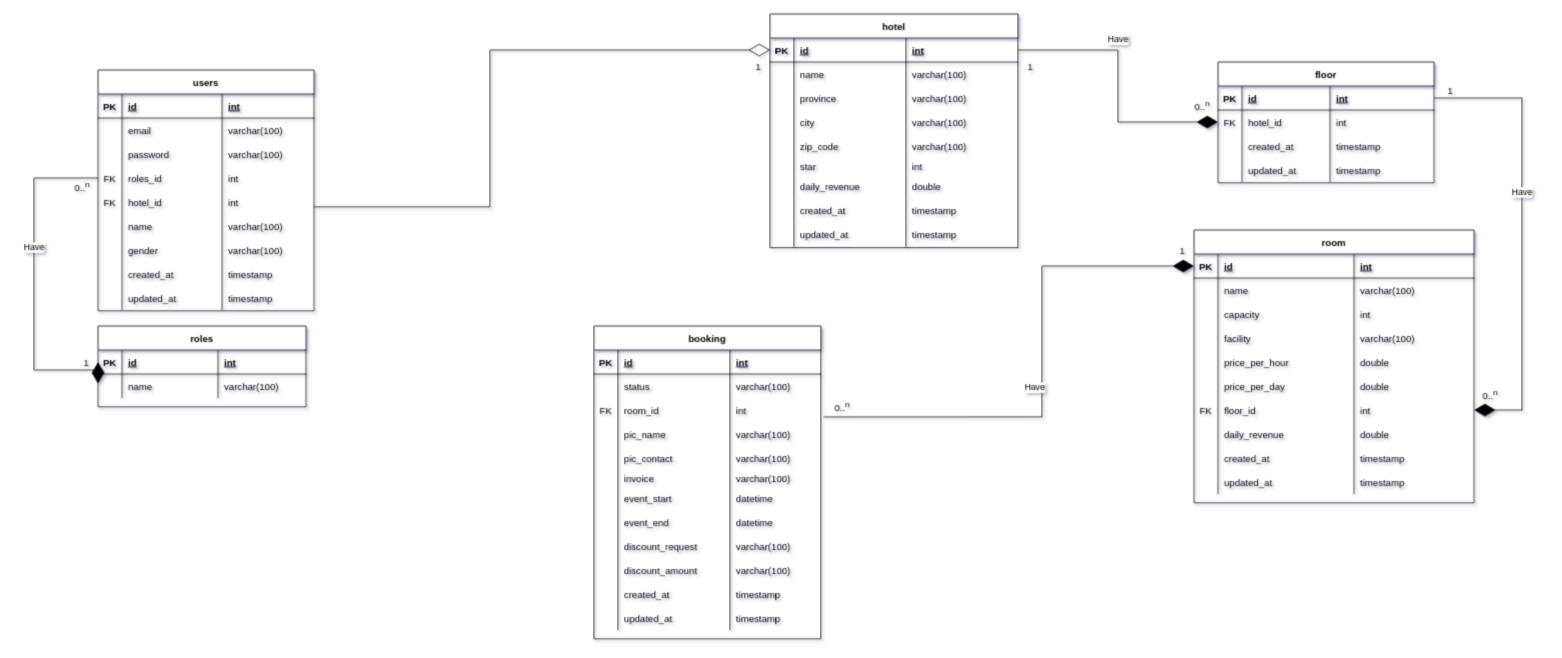
This is page "NEW ERD Master" (4 of 5) of entity_relationship_diagram/Booking_hotel.drawio from ariejanuarb/hotel_booking, a draw.io file, before an edit. Source tidied: cells renumbered, new cells numbered last; positions are measured from the earlier drawing's top-left corner, leaving out a move shared by most shapes. Both pictures are drawn from the tidied source at 80%, with x=0, y=0 at pixel (34, 14).
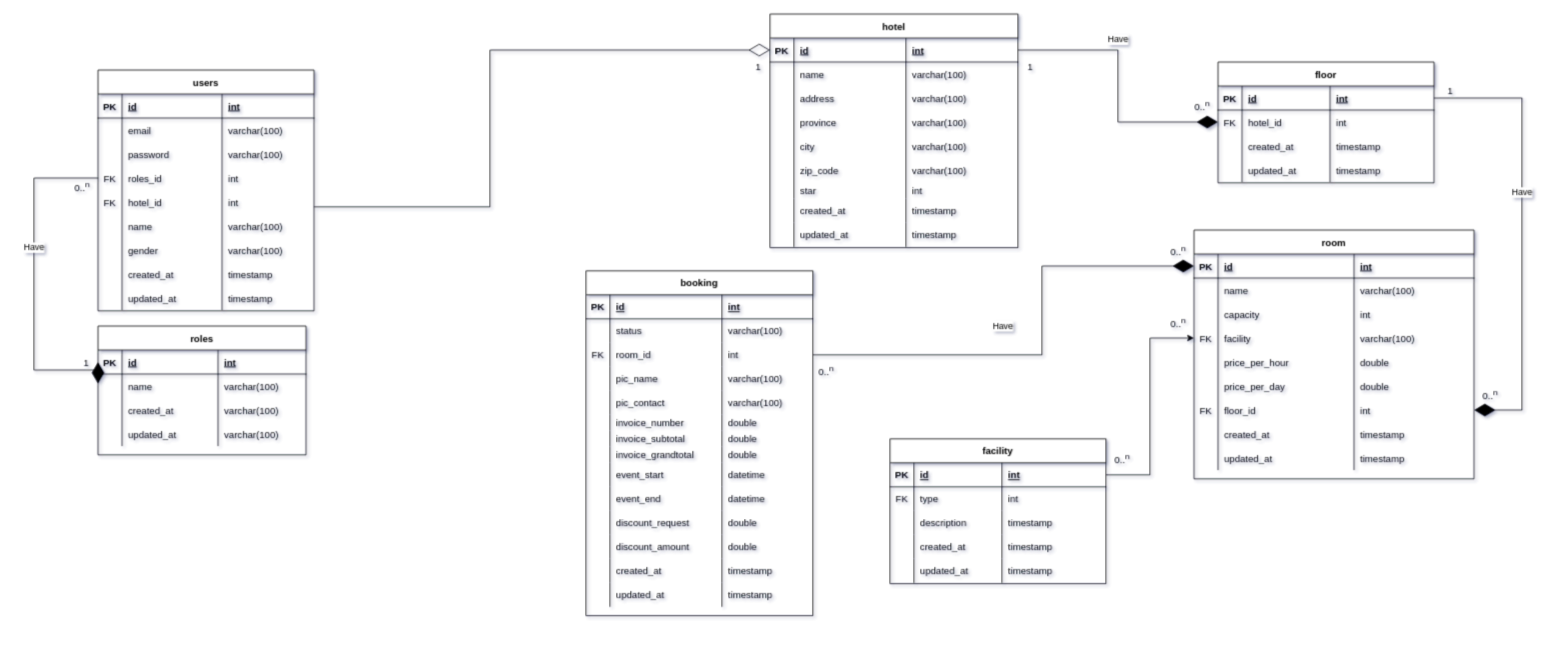
The same page after the edit.

Unchanged cells that the change refers to:
```xml
<mxCell id="66" style="shape=partialRectangle;fillColor=none;points=[[0,0.5],[1,0.5]];portConstraint=eastwest;top=0;left=0;right=0;bottom=1;" parent="65" vertex="1">
  <mxGeometry y="30" width="350" height="30" as="geometry" />
</mxCell>
<mxCell id="78" style="shape=partialRectangle;fillColor=none;points=[[0,0.5],[1,0.5]];portConstraint=eastwest;top=0;left=0;right=0;bottom=0;" parent="65" vertex="1">
  <mxGeometry y="120" width="350" height="30" as="geometry" />
</mxCell>
<mxCell id="106" value="hotel" style="shape=table;startSize=30;childLayout=tableLayout;rowLines=0;fontStyle=1;align=center;" parent="1" vertex="1">
  <mxGeometry x="920" width="310" height="292" as="geometry" />
</mxCell>
<mxCell id="165" style="shape=partialRectangle;fillColor=none;points=[[0,0.5],[1,0.5]];portConstraint=eastwest;top=0;left=0;right=0;bottom=0;" parent="156" vertex="1">
  <mxGeometry y="90" width="283.6" height="30" as="geometry" />
</mxCell>
```

Diff of the diagram source:
```diff
@@
     <mxCell id="2" value="roles" style="shape=table;startSize=30;childLayout=tableLayout;rowLines=0;fontStyle=1;align=center;" parent="1" vertex="1">
-      <mxGeometry x="80" y="390" width="260" height="101" as="geometry" />
+      <mxGeometry x="80" y="390" width="260" height="161" as="geometry" />
     </mxCell>
@@
+    <mxCell id="212" style="shape=partialRectangle;fillColor=none;top=0;left=0;right=0;bottom=0;" parent="2" vertex="1">
+      <mxGeometry y="90" width="260" height="30" as="geometry" />
+    </mxCell>
+    <mxCell id="213" style="shape=partialRectangle;overflow=hidden;fillColor=none;top=0;left=0;bottom=0;right=0;" parent="212" vertex="1">
+      <mxGeometry width="30" height="30" as="geometry" />
+    </mxCell>
+    <mxCell id="214" value="created_at" style="shape=partialRectangle;overflow=hidden;fillColor=none;top=0;left=0;bottom=0;right=0;align=left;spacingLeft=6;" parent="212" vertex="1">
+      <mxGeometry x="30" width="120" height="30" as="geometry" />
+    </mxCell>
+    <mxCell id="215" value="varchar(100)" style="shape=partialRectangle;overflow=hidden;fillColor=none;top=0;left=0;bottom=0;right=0;align=left;spacingLeft=6;" parent="212" vertex="1">
+      <mxGeometry x="150" width="110" height="30" as="geometry" />
+    </mxCell>
+    <mxCell id="216" style="shape=partialRectangle;fillColor=none;top=0;left=0;right=0;bottom=0;" parent="2" vertex="1">
+      <mxGeometry y="120" width="260" height="30" as="geometry" />
+    </mxCell>
+    <mxCell id="217" style="shape=partialRectangle;overflow=hidden;fillColor=none;top=0;left=0;bottom=0;right=0;" parent="216" vertex="1">
+      <mxGeometry width="30" height="30" as="geometry" />
+    </mxCell>
+    <mxCell id="218" value="updated_at" style="shape=partialRectangle;overflow=hidden;fillColor=none;top=0;left=0;bottom=0;right=0;align=left;spacingLeft=6;" parent="216" vertex="1">
+      <mxGeometry x="30" width="120" height="30" as="geometry" />
+    </mxCell>
+    <mxCell id="219" value="varchar(100)" style="shape=partialRectangle;overflow=hidden;fillColor=none;top=0;left=0;bottom=0;right=0;align=left;spacingLeft=6;" parent="216" vertex="1">
+      <mxGeometry x="150" width="110" height="30" as="geometry" />
+    </mxCell>
@@
     <mxCell id="65" value="room" style="shape=table;startSize=30;childLayout=tableLayout;rowLines=0;fontStyle=1;align=center;" parent="1" vertex="1">
-      <mxGeometry x="1450" y="270" width="350" height="341" as="geometry" />
+      <mxGeometry x="1450" y="270" width="350" height="311" as="geometry" />
     </mxCell>
@@
-    <mxCell id="79" style="shape=partialRectangle;overflow=hidden;fillColor=none;top=0;left=0;bottom=0;right=0;" parent="78" vertex="1">
+    <mxCell id="79" value="FK" style="shape=partialRectangle;overflow=hidden;fillColor=none;top=0;left=0;bottom=0;right=0;" parent="78" vertex="1">
       <mxGeometry width="30" height="30" as="geometry" />
     </mxCell>
@@
-    <mxCell id="94" style="shape=partialRectangle;fillColor=none;top=0;left=0;right=0;bottom=0;" parent="65" vertex="1">
-      <mxGeometry y="240" width="350" height="30" as="geometry" />
-    </mxCell>
-    <mxCell id="95" style="shape=partialRectangle;overflow=hidden;fillColor=none;top=0;left=0;bottom=0;right=0;" parent="94" vertex="1">
-      <mxGeometry width="30" height="30" as="geometry" />
-    </mxCell>
-    <mxCell id="96" value="daily_revenue" style="shape=partialRectangle;overflow=hidden;fillColor=none;top=0;left=0;bottom=0;right=0;align=left;spacingLeft=6;" parent="94" vertex="1">
-      <mxGeometry x="30" width="170" height="30" as="geometry" />
-    </mxCell>
-    <mxCell id="97" value="double" style="shape=partialRectangle;overflow=hidden;fillColor=none;top=0;left=0;bottom=0;right=0;align=left;spacingLeft=6;" parent="94" vertex="1">
-      <mxGeometry x="200" width="150" height="30" as="geometry" />
-    </mxCell>
     <mxCell id="98" style="shape=partialRectangle;fillColor=none;top=0;left=0;right=0;bottom=0;" parent="65" vertex="1">
-      <mxGeometry y="270" width="350" height="30" as="geometry" />
+      <mxGeometry y="240" width="350" height="30" as="geometry" />
     </mxCell>
@@
     <mxCell id="102" style="shape=partialRectangle;fillColor=none;top=0;left=0;right=0;bottom=0;" parent="65" vertex="1">
-      <mxGeometry y="300" width="350" height="30" as="geometry" />
+      <mxGeometry y="270" width="350" height="30" as="geometry" />
     </mxCell>
@@
+    <mxCell id="220" style="shape=partialRectangle;fillColor=none;top=0;left=0;right=0;bottom=0;" parent="106" vertex="1">
+      <mxGeometry y="90" width="310" height="30" as="geometry" />
+    </mxCell>
+    <mxCell id="221" style="shape=partialRectangle;overflow=hidden;fillColor=none;top=0;left=0;bottom=0;right=0;" parent="220" vertex="1">
+      <mxGeometry width="30" height="30" as="geometry" />
+    </mxCell>
+    <mxCell id="222" value="address" style="shape=partialRectangle;overflow=hidden;fillColor=none;top=0;left=0;bottom=0;right=0;align=left;spacingLeft=6;" parent="220" vertex="1">
+      <mxGeometry x="30" width="140" height="30" as="geometry" />
+    </mxCell>
+    <mxCell id="223" value="varchar(100)" style="shape=partialRectangle;overflow=hidden;fillColor=none;top=0;left=0;bottom=0;right=0;align=left;spacingLeft=6;" parent="220" vertex="1">
+      <mxGeometry x="170" width="140" height="30" as="geometry" />
+    </mxCell>
     <mxCell id="115" style="shape=partialRectangle;fillColor=none;top=0;left=0;right=0;bottom=0;" parent="106" vertex="1">
-      <mxGeometry y="90" width="310" height="30" as="geometry" />
+      <mxGeometry y="120" width="310" height="30" as="geometry" />
     </mxCell>
@@
     <mxCell id="119" style="shape=partialRectangle;fillColor=none;top=0;left=0;right=0;bottom=0;" parent="106" vertex="1">
-      <mxGeometry y="120" width="310" height="30" as="geometry" />
+      <mxGeometry y="150" width="310" height="30" as="geometry" />
     </mxCell>
@@
     <mxCell id="123" style="shape=partialRectangle;fillColor=none;top=0;left=0;right=0;bottom=0;" parent="106" vertex="1">
-      <mxGeometry y="150" width="310" height="30" as="geometry" />
+      <mxGeometry y="180" width="310" height="30" as="geometry" />
     </mxCell>
@@
     <mxCell id="127" style="shape=partialRectangle;fillColor=none;top=0;left=0;right=0;bottom=0;" parent="106" vertex="1">
-      <mxGeometry y="180" width="310" height="21" as="geometry" />
+      <mxGeometry y="210" width="310" height="21" as="geometry" />
     </mxCell>
@@
-    <mxCell id="131" style="shape=partialRectangle;fillColor=none;top=0;left=0;right=0;bottom=0;" parent="106" vertex="1">
-      <mxGeometry y="201" width="310" height="30" as="geometry" />
-    </mxCell>
-    <mxCell id="132" style="shape=partialRectangle;overflow=hidden;fillColor=none;top=0;left=0;bottom=0;right=0;" parent="131" vertex="1">
-      <mxGeometry width="30" height="30" as="geometry" />
-    </mxCell>
-    <mxCell id="133" value="daily_revenue" style="shape=partialRectangle;overflow=hidden;fillColor=none;top=0;left=0;bottom=0;right=0;align=left;spacingLeft=6;" parent="131" vertex="1">
-      <mxGeometry x="30" width="140" height="30" as="geometry" />
-    </mxCell>
-    <mxCell id="134" value="double" style="shape=partialRectangle;overflow=hidden;fillColor=none;top=0;left=0;bottom=0;right=0;align=left;spacingLeft=6;" parent="131" vertex="1">
-      <mxGeometry x="170" width="140" height="30" as="geometry" />
-    </mxCell>
@@
-    <mxCell id="154" style="endArrow=diamondThin;endFill=1;endSize=24;html=1;rounded=0;edgeStyle=orthogonalEdgeStyle;entryX=0;entryY=0.5;entryDx=0;entryDy=0;exitX=1.012;exitY=0.788;exitDx=0;exitDy=0;exitPerimeter=0;" parent="1" edge="1" source="165" target="66">
+    <mxCell id="154" style="endArrow=diamondThin;endFill=1;endSize=24;html=1;rounded=0;edgeStyle=orthogonalEdgeStyle;entryX=0;entryY=0.5;entryDx=0;entryDy=0;exitX=1;exitY=0.5;exitDx=0;exitDy=0;" parent="1" edge="1" source="165" target="66">
       <mxGeometry relative="1" as="geometry">
         <Array as="points">
-          <mxPoint x="1260" y="504" />
+          <mxPoint x="1260" y="426" />
           <mxPoint x="1260" y="315" />
         </Array>
       </mxGeometry>
     </mxCell>
@@
     <mxCell id="156" value="booking" style="shape=table;startSize=30;childLayout=tableLayout;rowLines=0;fontStyle=1;align=center;" parent="1" vertex="1">
-      <mxGeometry x="700" y="390" width="283.6" height="391" as="geometry" />
+      <mxGeometry x="690" y="321" width="283.6" height="431" as="geometry" />
     </mxCell>
@@
+    <mxCell id="224" style="shape=partialRectangle;fillColor=none;top=0;left=0;right=0;bottom=0;" parent="156" vertex="1">
+      <mxGeometry y="180" width="283.6" height="20" as="geometry" />
+    </mxCell>
+    <mxCell id="225" style="shape=partialRectangle;overflow=hidden;fillColor=none;top=0;left=0;bottom=0;right=0;" parent="224" vertex="1">
+      <mxGeometry width="30" height="20" as="geometry" />
+    </mxCell>
+    <mxCell id="226" value="invoice_number" style="shape=partialRectangle;overflow=hidden;fillColor=none;top=0;left=0;bottom=0;right=0;align=left;spacingLeft=6;" parent="224" vertex="1">
+      <mxGeometry x="30" width="140" height="20" as="geometry" />
+    </mxCell>
+    <mxCell id="227" value="double" style="shape=partialRectangle;overflow=hidden;fillColor=none;top=0;left=0;bottom=0;right=0;align=left;spacingLeft=6;" parent="224" vertex="1">
+      <mxGeometry x="170" width="113.6" height="20" as="geometry" />
+    </mxCell>
     <mxCell id="177" style="shape=partialRectangle;fillColor=none;top=0;left=0;right=0;bottom=0;" parent="156" vertex="1">
-      <mxGeometry y="180" width="283.6" height="20" as="geometry" />
+      <mxGeometry y="200" width="283.6" height="20" as="geometry" />
     </mxCell>
@@
-    <mxCell id="179" value="invoice" style="shape=partialRectangle;overflow=hidden;fillColor=none;top=0;left=0;bottom=0;right=0;align=left;spacingLeft=6;" parent="177" vertex="1">
+    <mxCell id="179" value="invoice_subtotal" style="shape=partialRectangle;overflow=hidden;fillColor=none;top=0;left=0;bottom=0;right=0;align=left;spacingLeft=6;" parent="177" vertex="1">
       <mxGeometry x="30" width="140" height="20" as="geometry" />
     </mxCell>
-    <mxCell id="180" value="varchar(100)" style="shape=partialRectangle;overflow=hidden;fillColor=none;top=0;left=0;bottom=0;right=0;align=left;spacingLeft=6;" parent="177" vertex="1">
+    <mxCell id="180" value="double" style="shape=partialRectangle;overflow=hidden;fillColor=none;top=0;left=0;bottom=0;right=0;align=left;spacingLeft=6;" parent="177" vertex="1">
       <mxGeometry x="170" width="113.6" height="20" as="geometry" />
     </mxCell>
+    <mxCell id="228" style="shape=partialRectangle;fillColor=none;top=0;left=0;right=0;bottom=0;" parent="156" vertex="1">
+      <mxGeometry y="220" width="283.6" height="20" as="geometry" />
+    </mxCell>
+    <mxCell id="229" style="shape=partialRectangle;overflow=hidden;fillColor=none;top=0;left=0;bottom=0;right=0;" parent="228" vertex="1">
+      <mxGeometry width="30" height="20" as="geometry" />
+    </mxCell>
+    <mxCell id="230" value="invoice_grandtotal" style="shape=partialRectangle;overflow=hidden;fillColor=none;top=0;left=0;bottom=0;right=0;align=left;spacingLeft=6;" parent="228" vertex="1">
+      <mxGeometry x="30" width="140" height="20" as="geometry" />
+    </mxCell>
+    <mxCell id="231" value="double" style="shape=partialRectangle;overflow=hidden;fillColor=none;top=0;left=0;bottom=0;right=0;align=left;spacingLeft=6;" parent="228" vertex="1">
+      <mxGeometry x="170" width="113.6" height="20" as="geometry" />
+    </mxCell>
     <mxCell id="181" style="shape=partialRectangle;fillColor=none;top=0;left=0;right=0;bottom=0;" parent="156" vertex="1">
-      <mxGeometry y="200" width="283.6" height="30" as="geometry" />
+      <mxGeometry y="240" width="283.6" height="30" as="geometry" />
     </mxCell>
@@
     <mxCell id="185" style="shape=partialRectangle;fillColor=none;top=0;left=0;right=0;bottom=0;" parent="156" vertex="1">
-      <mxGeometry y="230" width="283.6" height="30" as="geometry" />
+      <mxGeometry y="270" width="283.6" height="30" as="geometry" />
     </mxCell>
@@
     <mxCell id="189" style="shape=partialRectangle;fillColor=none;top=0;left=0;right=0;bottom=0;" parent="156" vertex="1">
-      <mxGeometry y="260" width="283.6" height="30" as="geometry" />
+      <mxGeometry y="300" width="283.6" height="30" as="geometry" />
     </mxCell>
@@
-    <mxCell id="192" value="varchar(100)" style="shape=partialRectangle;overflow=hidden;fillColor=none;top=0;left=0;bottom=0;right=0;align=left;spacingLeft=6;" parent="189" vertex="1">
+    <mxCell id="192" value="double" style="shape=partialRectangle;overflow=hidden;fillColor=none;top=0;left=0;bottom=0;right=0;align=left;spacingLeft=6;" parent="189" vertex="1">
       <mxGeometry x="170" width="113.6" height="30" as="geometry" />
     </mxCell>
     <mxCell id="193" style="shape=partialRectangle;fillColor=none;top=0;left=0;right=0;bottom=0;" parent="156" vertex="1">
-      <mxGeometry y="290" width="283.6" height="30" as="geometry" />
+      <mxGeometry y="330" width="283.6" height="30" as="geometry" />
     </mxCell>
@@
-    <mxCell id="196" value="varchar(100)" style="shape=partialRectangle;overflow=hidden;fillColor=none;top=0;left=0;bottom=0;right=0;align=left;spacingLeft=6;" parent="193" vertex="1">
+    <mxCell id="196" value="double" style="shape=partialRectangle;overflow=hidden;fillColor=none;top=0;left=0;bottom=0;right=0;align=left;spacingLeft=6;" parent="193" vertex="1">
       <mxGeometry x="170" width="113.6" height="30" as="geometry" />
     </mxCell>
     <mxCell id="197" style="shape=partialRectangle;fillColor=none;top=0;left=0;right=0;bottom=0;" parent="156" vertex="1">
-      <mxGeometry y="320" width="283.6" height="30" as="geometry" />
+      <mxGeometry y="360" width="283.6" height="30" as="geometry" />
     </mxCell>
@@
     <mxCell id="201" style="shape=partialRectangle;fillColor=none;top=0;left=0;right=0;bottom=0;" parent="156" vertex="1">
-      <mxGeometry y="350" width="283.6" height="30" as="geometry" />
+      <mxGeometry y="390" width="283.6" height="30" as="geometry" />
     </mxCell>
@@
-    <mxCell id="210" value="1" style="text;html=1;align=center;verticalAlign=middle;strokeColor=none;fillColor=none;" parent="1" vertex="1">
-      <mxGeometry x="1420" y="281" width="30" height="30" as="geometry" />
-    </mxCell>
     <mxCell id="211" value="0..&lt;sup&gt;n&lt;/sup&gt;" style="text;html=1;align=center;verticalAlign=middle;strokeColor=none;fillColor=none;" parent="1" vertex="1">
-      <mxGeometry x="990" y="476" width="40" height="30" as="geometry" />
+      <mxGeometry x="970" y="431" width="40" height="30" as="geometry" />
     </mxCell>
+    <mxCell id="232" value="facility" style="shape=table;startSize=30;childLayout=tableLayout;rowLines=0;fontStyle=1;align=center;" parent="1" vertex="1">
+      <mxGeometry x="1070" y="531" width="270" height="181" as="geometry" />
+    </mxCell>
+    <mxCell id="233" style="shape=partialRectangle;fillColor=none;points=[[0,0.5],[1,0.5]];portConstraint=eastwest;top=0;left=0;right=0;bottom=1;" parent="232" vertex="1">
+      <mxGeometry y="30" width="270" height="30" as="geometry" />
+    </mxCell>
+    <mxCell id="234" value="PK" style="shape=partialRectangle;overflow=hidden;fillColor=none;top=0;left=0;bottom=0;right=0;fontStyle=1;" parent="233" vertex="1">
+      <mxGeometry width="30" height="30" as="geometry" />
+    </mxCell>
+    <mxCell id="235" value="id" style="shape=partialRectangle;overflow=hidden;fillColor=none;top=0;left=0;bottom=0;right=0;align=left;spacingLeft=6;fontStyle=5;" parent="233" vertex="1">
+      <mxGeometry x="30" width="110" height="30" as="geometry" />
+    </mxCell>
+    <mxCell id="236" value="int" style="shape=partialRectangle;overflow=hidden;fillColor=none;top=0;left=0;bottom=0;right=0;align=left;spacingLeft=6;fontStyle=5;" parent="233" vertex="1">
+      <mxGeometry x="140" width="130" height="30" as="geometry" />
+    </mxCell>
+    <mxCell id="237" style="shape=partialRectangle;fillColor=none;top=0;left=0;right=0;bottom=0;" parent="232" vertex="1">
+      <mxGeometry y="60" width="270" height="30" as="geometry" />
+    </mxCell>
+    <mxCell id="238" value="FK" style="shape=partialRectangle;overflow=hidden;fillColor=none;top=0;left=0;bottom=0;right=0;" parent="237" vertex="1">
+      <mxGeometry width="30" height="30" as="geometry" />
+    </mxCell>
+    <mxCell id="239" value="type" style="shape=partialRectangle;overflow=hidden;fillColor=none;top=0;left=0;bottom=0;right=0;align=left;spacingLeft=6;" parent="237" vertex="1">
+      <mxGeometry x="30" width="110" height="30" as="geometry" />
+    </mxCell>
+    <mxCell id="240" value="int" style="shape=partialRectangle;overflow=hidden;fillColor=none;top=0;left=0;bottom=0;right=0;align=left;spacingLeft=6;" parent="237" vertex="1">
+      <mxGeometry x="140" width="130" height="30" as="geometry" />
+    </mxCell>
+    <mxCell id="241" style="shape=partialRectangle;fillColor=none;top=0;left=0;right=0;bottom=0;" parent="232" vertex="1">
+      <mxGeometry y="90" width="270" height="30" as="geometry" />
+    </mxCell>
+    <mxCell id="242" style="shape=partialRectangle;overflow=hidden;fillColor=none;top=0;left=0;bottom=0;right=0;" parent="241" vertex="1">
+      <mxGeometry width="30" height="30" as="geometry" />
+    </mxCell>
+    <mxCell id="243" value="description" style="shape=partialRectangle;overflow=hidden;fillColor=none;top=0;left=0;bottom=0;right=0;align=left;spacingLeft=6;" parent="241" vertex="1">
+      <mxGeometry x="30" width="110" height="30" as="geometry" />
+    </mxCell>
+    <mxCell id="244" value="timestamp" style="shape=partialRectangle;overflow=hidden;fillColor=none;top=0;left=0;bottom=0;right=0;align=left;spacingLeft=6;" parent="241" vertex="1">
+      <mxGeometry x="140" width="130" height="30" as="geometry" />
+    </mxCell>
+    <mxCell id="245" style="shape=partialRectangle;fillColor=none;top=0;left=0;right=0;bottom=0;" parent="232" vertex="1">
+      <mxGeometry y="120" width="270" height="30" as="geometry" />
+    </mxCell>
+    <mxCell id="246" style="shape=partialRectangle;overflow=hidden;fillColor=none;top=0;left=0;bottom=0;right=0;" parent="245" vertex="1">
+      <mxGeometry width="30" height="30" as="geometry" />
+    </mxCell>
+    <mxCell id="247" value="created_at" style="shape=partialRectangle;overflow=hidden;fillColor=none;top=0;left=0;bottom=0;right=0;align=left;spacingLeft=6;" parent="245" vertex="1">
+      <mxGeometry x="30" width="110" height="30" as="geometry" />
+    </mxCell>
+    <mxCell id="248" value="timestamp" style="shape=partialRectangle;overflow=hidden;fillColor=none;top=0;left=0;bottom=0;right=0;align=left;spacingLeft=6;" parent="245" vertex="1">
+      <mxGeometry x="140" width="130" height="30" as="geometry" />
+    </mxCell>
+    <mxCell id="249" style="shape=partialRectangle;fillColor=none;top=0;left=0;right=0;bottom=0;" parent="232" vertex="1">
+      <mxGeometry y="150" width="270" height="30" as="geometry" />
+    </mxCell>
+    <mxCell id="250" style="shape=partialRectangle;overflow=hidden;fillColor=none;top=0;left=0;bottom=0;right=0;" parent="249" vertex="1">
+      <mxGeometry width="30" height="30" as="geometry" />
+    </mxCell>
+    <mxCell id="251" value="updated_at" style="shape=partialRectangle;overflow=hidden;fillColor=none;top=0;left=0;bottom=0;right=0;align=left;spacingLeft=6;" parent="249" vertex="1">
+      <mxGeometry x="30" width="110" height="30" as="geometry" />
+    </mxCell>
+    <mxCell id="252" value="timestamp" style="shape=partialRectangle;overflow=hidden;fillColor=none;top=0;left=0;bottom=0;right=0;align=left;spacingLeft=6;" parent="249" vertex="1">
+      <mxGeometry x="140" width="130" height="30" as="geometry" />
+    </mxCell>
+    <mxCell id="253" style="edgeStyle=orthogonalEdgeStyle;rounded=0;jettySize=auto;html=1;exitX=1;exitY=0.5;exitDx=0;exitDy=0;entryX=0;entryY=0.5;entryDx=0;entryDy=0;" parent="1" edge="1" source="233" target="78">
+      <mxGeometry relative="1" as="geometry" />
+    </mxCell>
+    <mxCell id="254" value="0..&lt;sup&gt;n&lt;/sup&gt;" style="text;html=1;align=center;verticalAlign=middle;strokeColor=none;fillColor=none;" parent="1" vertex="1">
+      <mxGeometry x="1340" y="541" width="40" height="30" as="geometry" />
+    </mxCell>
+    <mxCell id="255" value="0..&lt;sup&gt;n&lt;/sup&gt;" style="text;html=1;align=center;verticalAlign=middle;strokeColor=none;fillColor=none;" parent="1" vertex="1">
+      <mxGeometry x="1410" y="371" width="40" height="30" as="geometry" />
+    </mxCell>
+    <mxCell id="256" value="0..&lt;sup&gt;n&lt;/sup&gt;" style="text;html=1;align=center;verticalAlign=middle;strokeColor=none;fillColor=none;" parent="1" vertex="1">
+      <mxGeometry x="1410" y="281" width="40" height="30" as="geometry" />
+    </mxCell>
```
